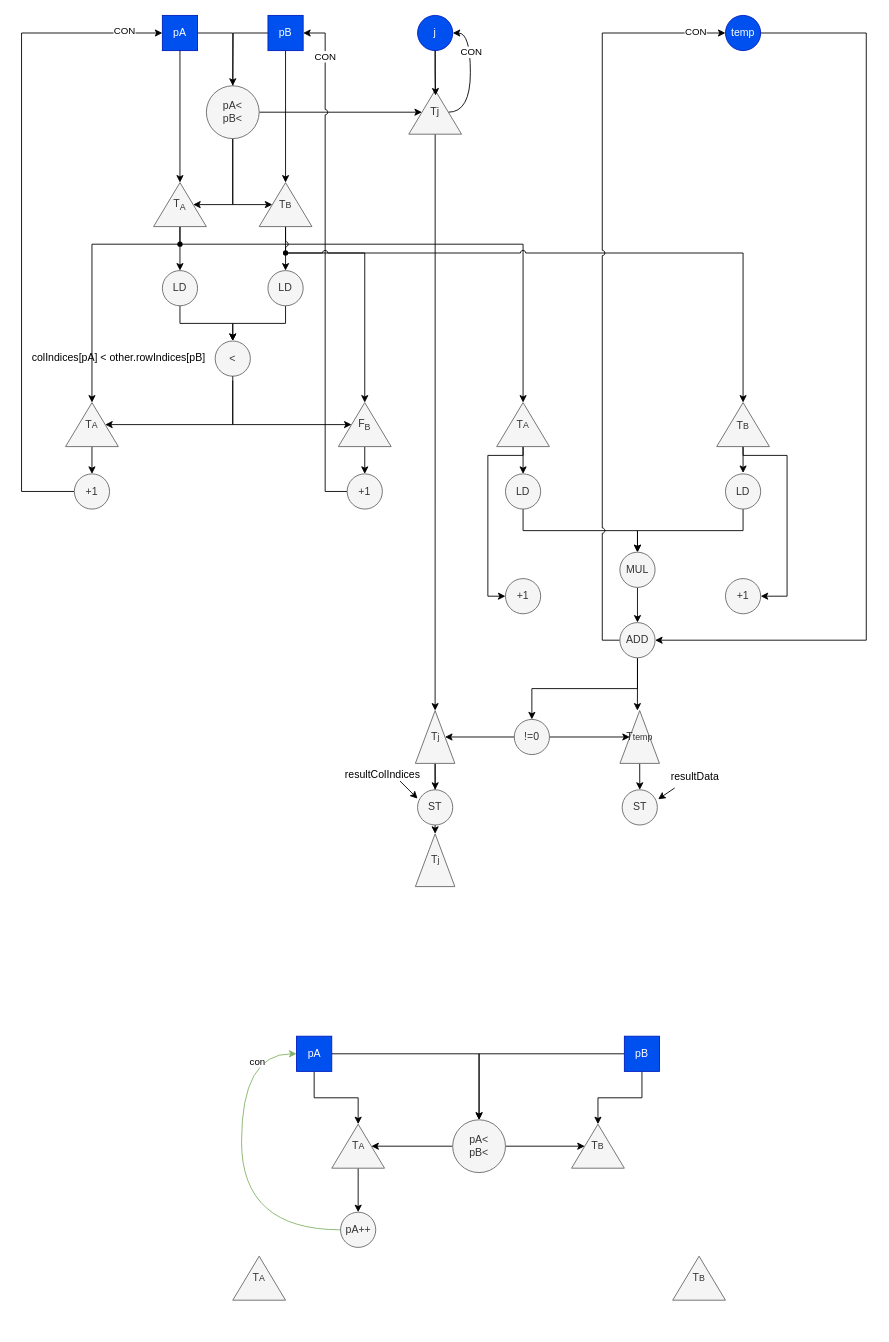
Before: test02.drawio in HPC-SDC/Operator, a draw.io diagram. Source tidied: cells renumbered, new cells numbered last; positions are measured from the earlier drawing's top-left corner, leaving out a move shared by most shapes. Both pictures are drawn from the tidied source at 88%, with x=0, y=0 at pixel (21, 15).
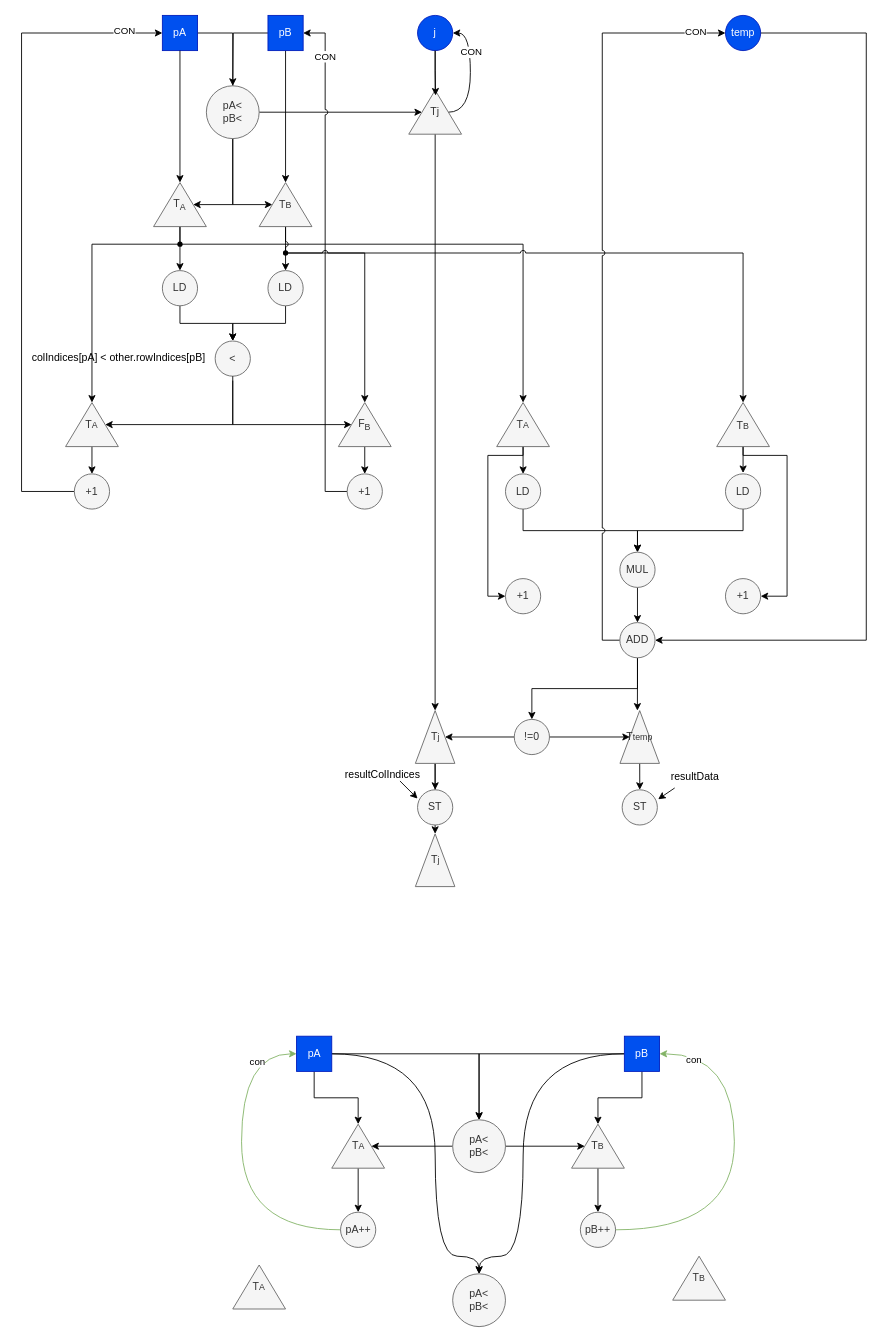
Above is the later version.

The change refers to these unchanged cells:
```xml
<mxCell id="84" value="pA" style="rectangle;whiteSpace=wrap;html=1;perimeter=rectanglePerimeter;labelBackgroundColor=none;fillColor=#0050ef;fontColor=#ffffff;strokeColor=#001DBC;" parent="1" vertex="1">
  <mxGeometry x="312.5" y="1160" width="40" height="40" as="geometry" />
</mxCell>
<mxCell id="87" value="pB" style="rectangle;whiteSpace=wrap;html=1;labelBackgroundColor=none;fillColor=#0050ef;fontColor=#ffffff;strokeColor=#001DBC;" parent="1" vertex="1">
  <mxGeometry x="685" y="1160" width="40" height="40" as="geometry" />
</mxCell>
<mxCell id="91" value="T&lt;span style=&quot;font-size: 10px;&quot;&gt;B&lt;/span&gt;" style="triangle;whiteSpace=wrap;html=1;direction=north;labelBackgroundColor=none;fillColor=#f5f5f5;fontColor=#333333;strokeColor=#666666;" parent="1" vertex="1">
  <mxGeometry x="625" y="1260" width="60" height="50" as="geometry" />
</mxCell>
```

The edit, as a diff of the source:
```diff
@@
+    <mxCell id="99" style="edgeStyle=orthogonalEdgeStyle;rounded=0;jettySize=auto;html=1;exitX=1;exitY=0.5;exitDx=0;exitDy=0;entryX=0.5;entryY=0;entryDx=0;entryDy=0;curved=1;" parent="1" edge="1" source="84" target="102">
+      <mxGeometry relative="1" as="geometry">
+        <Array as="points">
+          <mxPoint x="470" y="1180" />
+          <mxPoint x="470" y="1410" />
+        </Array>
+      </mxGeometry>
+    </mxCell>
@@
+    <mxCell id="100" style="edgeStyle=orthogonalEdgeStyle;rounded=0;jettySize=auto;html=1;exitX=0;exitY=0.5;exitDx=0;exitDy=0;entryX=0.5;entryY=0;entryDx=0;entryDy=0;curved=1;" parent="1" edge="1" source="87" target="102">
+      <mxGeometry relative="1" as="geometry">
+        <Array as="points">
+          <mxPoint x="570" y="1180" />
+          <mxPoint x="570" y="1410" />
+        </Array>
+      </mxGeometry>
+    </mxCell>
@@
+    <mxCell id="101" style="edgeStyle=orthogonalEdgeStyle;rounded=0;jettySize=auto;html=1;exitX=0;exitY=0.5;exitDx=0;exitDy=0;entryX=0.5;entryY=0;entryDx=0;entryDy=0;" parent="1" edge="1" source="91" target="105">
+      <mxGeometry relative="1" as="geometry" />
+    </mxCell>
@@
     <mxCell id="94" value="T&lt;span style=&quot;font-size: 10px;&quot;&gt;A&lt;/span&gt;" style="triangle;whiteSpace=wrap;html=1;direction=north;labelBackgroundColor=none;fillColor=#f5f5f5;fontColor=#333333;strokeColor=#666666;" parent="1" vertex="1">
-      <mxGeometry x="240" y="1410" width="60" height="50" as="geometry" />
+      <mxGeometry x="240" y="1420" width="60" height="50" as="geometry" />
     </mxCell>
@@
+    <mxCell id="102" value="pA&amp;lt;&lt;br&gt;pB&amp;lt;" style="ellipse;whiteSpace=wrap;html=1;labelBackgroundColor=none;fillColor=#f5f5f5;fontColor=#333333;strokeColor=#666666;" parent="1" vertex="1">
+      <mxGeometry x="489.9" y="1430" width="60" height="60" as="geometry" />
+    </mxCell>
+    <mxCell id="103" style="edgeStyle=orthogonalEdgeStyle;rounded=0;jettySize=auto;html=1;exitX=1;exitY=0.5;exitDx=0;exitDy=0;entryX=1;entryY=0.5;entryDx=0;entryDy=0;fillColor=#d5e8d4;strokeColor=#82b366;curved=1;" parent="1" edge="1" source="105" target="87">
+      <mxGeometry relative="1" as="geometry">
+        <Array as="points">
+          <mxPoint x="810" y="1380" />
+          <mxPoint x="810" y="1180" />
+        </Array>
+      </mxGeometry>
+    </mxCell>
+    <mxCell id="104" value="con" style="edgeLabel;html=1;align=center;verticalAlign=middle;" parent="103" vertex="1">
+      <mxGeometry x="0.82" y="6" relative="1" as="geometry" />
+    </mxCell>
+    <mxCell id="105" value="pB++" style="ellipse;whiteSpace=wrap;html=1;labelBackgroundColor=none;fillColor=#f5f5f5;fontColor=#333333;strokeColor=#666666;" parent="1" vertex="1">
+      <mxGeometry x="635" y="1360" width="40" height="40" as="geometry" />
+    </mxCell>
```
